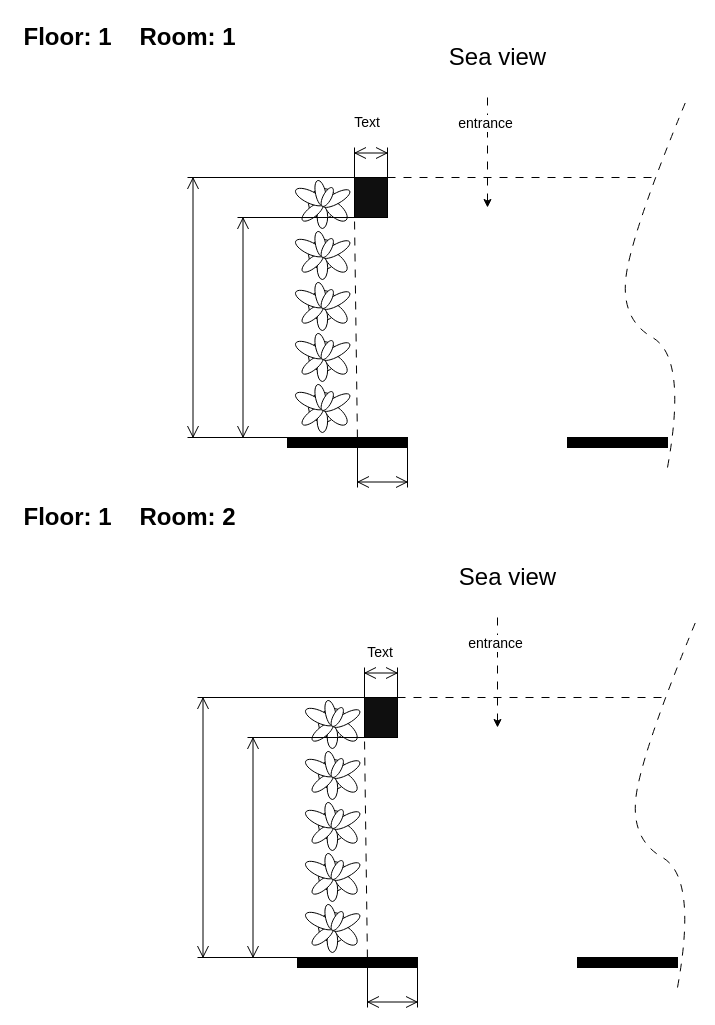
This is Room 1-2.drawio from hdghg/heaven-balcony, a draw.io file, before an edit. Source tidied: cells renumbered, new cells numbered last; positions are measured from the earlier drawing's top-left corner, leaving out a move shared by most shapes. Both pictures are drawn from the tidied source at 100%, with x=0, y=0 at pixel (17, 17).
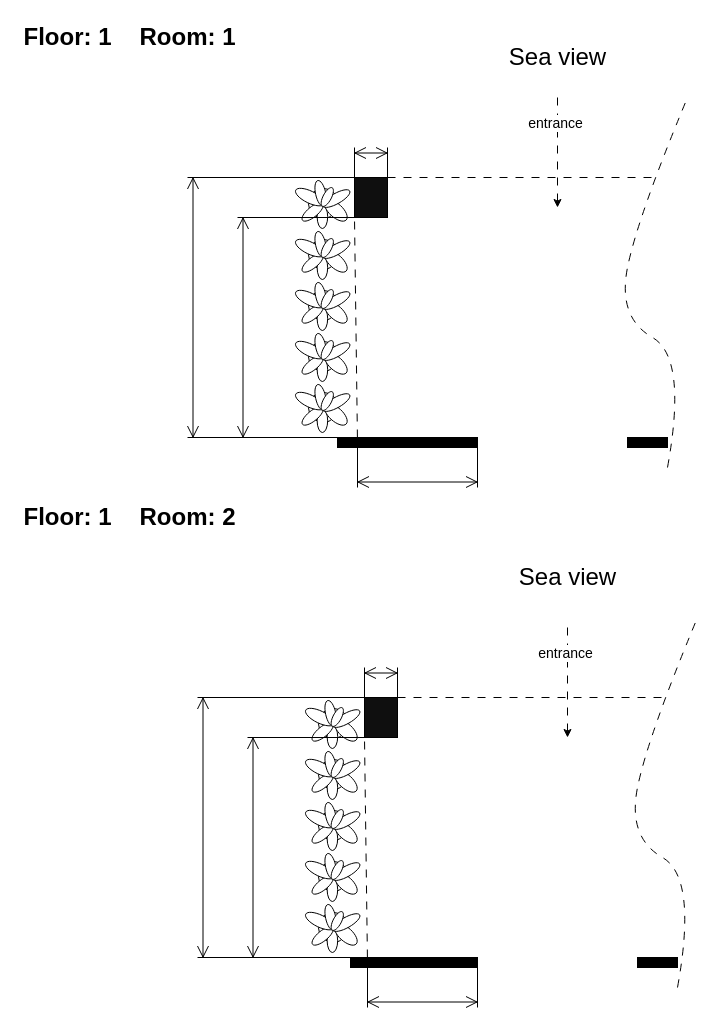
The same diagram, later.

The edit, as a diff of the source:
```diff
@@
     <mxCell id="5" style="verticalLabelPosition=bottom;html=1;verticalAlign=top;align=center;shape=mxgraph.floorplan.wall;fillColor=strokeColor;" parent="1" vertex="1">
-      <mxGeometry x="550" y="420" width="100" height="10" as="geometry" />
+      <mxGeometry x="610" y="420" width="40" height="10" as="geometry" />
     </mxCell>
@@
     <mxCell id="9" style="verticalLabelPosition=bottom;html=1;verticalAlign=top;align=center;shape=mxgraph.floorplan.wall;fillColor=strokeColor;" parent="1" vertex="1">
-      <mxGeometry x="270" y="420" width="120" height="10" as="geometry" />
+      <mxGeometry x="320" y="420" width="140" height="10" as="geometry" />
     </mxCell>
@@
     <mxCell id="12" value="Sea view" style="text;strokeColor=none;fillColor=none;html=1;fontSize=24;fontStyle=0;verticalAlign=middle;align=center;" parent="1" vertex="1">
-      <mxGeometry x="430" y="20" width="100" height="40" as="geometry" />
+      <mxGeometry x="490" y="20" width="100" height="40" as="geometry" />
     </mxCell>
     <mxCell id="13" style="endArrow=classic;html=1;rounded=0;dashed=1;dashPattern=8 8;" parent="1" edge="1">
       <mxGeometry relative="1" as="geometry">
-        <mxPoint x="470" y="80" as="sourcePoint" />
-        <mxPoint x="470" y="190" as="targetPoint" />
+        <mxPoint x="540" y="80" as="sourcePoint" />
+        <mxPoint x="540" y="190" as="targetPoint" />
       </mxGeometry>
     </mxCell>
@@
     <mxCell id="21" style="verticalLabelPosition=bottom;html=1;verticalAlign=top;align=center;shape=mxgraph.floorplan.wall;fillColor=strokeColor;" parent="1" vertex="1">
-      <mxGeometry x="560" y="940" width="100" height="10" as="geometry" />
+      <mxGeometry x="620" y="940" width="40" height="10" as="geometry" />
     </mxCell>
@@
     <mxCell id="25" style="verticalLabelPosition=bottom;html=1;verticalAlign=top;align=center;shape=mxgraph.floorplan.wall;fillColor=strokeColor;" parent="1" vertex="1">
-      <mxGeometry x="280" y="940" width="120" height="10" as="geometry" />
+      <mxGeometry x="333" y="940" width="127" height="10" as="geometry" />
     </mxCell>
@@
     <mxCell id="28" value="Sea view" style="text;strokeColor=none;fillColor=none;html=1;fontSize=24;fontStyle=0;verticalAlign=middle;align=center;" parent="1" vertex="1">
-      <mxGeometry x="440" y="540" width="100" height="40" as="geometry" />
+      <mxGeometry x="500" y="540" width="100" height="40" as="geometry" />
     </mxCell>
     <mxCell id="29" style="endArrow=classic;html=1;rounded=0;dashed=1;dashPattern=8 8;" parent="1" edge="1">
       <mxGeometry relative="1" as="geometry">
-        <mxPoint x="480" y="600" as="sourcePoint" />
-        <mxPoint x="480" y="710" as="targetPoint" />
+        <mxPoint x="550" y="610" as="sourcePoint" />
+        <mxPoint x="550" y="720" as="targetPoint" />
       </mxGeometry>
     </mxCell>
@@
-    <mxCell id="39" value="Text" style="text;html=1;strokeColor=none;fillColor=none;align=center;verticalAlign=middle;whiteSpace=wrap;rounded=0;fontSize=14;" parent="1" vertex="1">
-      <mxGeometry x="333" y="620" width="60" height="30" as="geometry" />
-    </mxCell>
-    <mxCell id="40" value="Text" style="text;html=1;strokeColor=none;fillColor=none;align=center;verticalAlign=middle;whiteSpace=wrap;rounded=0;fontSize=14;" parent="1" vertex="1">
-      <mxGeometry x="320" y="90" width="60" height="30" as="geometry" />
-    </mxCell>
     <mxCell id="41" style="shape=dimension;whiteSpace=wrap;html=1;align=center;verticalAlign=bottom;spacingBottom=-5;labelBackgroundColor=#ffffff;fontSize=14;fillColor=#0F0F0F;" parent="1" vertex="1">
-      <mxGeometry x="340" y="430" width="50" height="40" as="geometry" />
+      <mxGeometry x="340" y="430" width="120" height="40" as="geometry" />
     </mxCell>
@@
     <mxCell id="43" style="shape=dimension;whiteSpace=wrap;html=1;align=center;verticalAlign=bottom;spacingBottom=-5;labelBackgroundColor=#ffffff;fontSize=14;fillColor=#0F0F0F;" parent="1" vertex="1">
-      <mxGeometry x="350" y="950" width="50" height="40" as="geometry" />
+      <mxGeometry x="350" y="950" width="110" height="40" as="geometry" />
     </mxCell>
```
